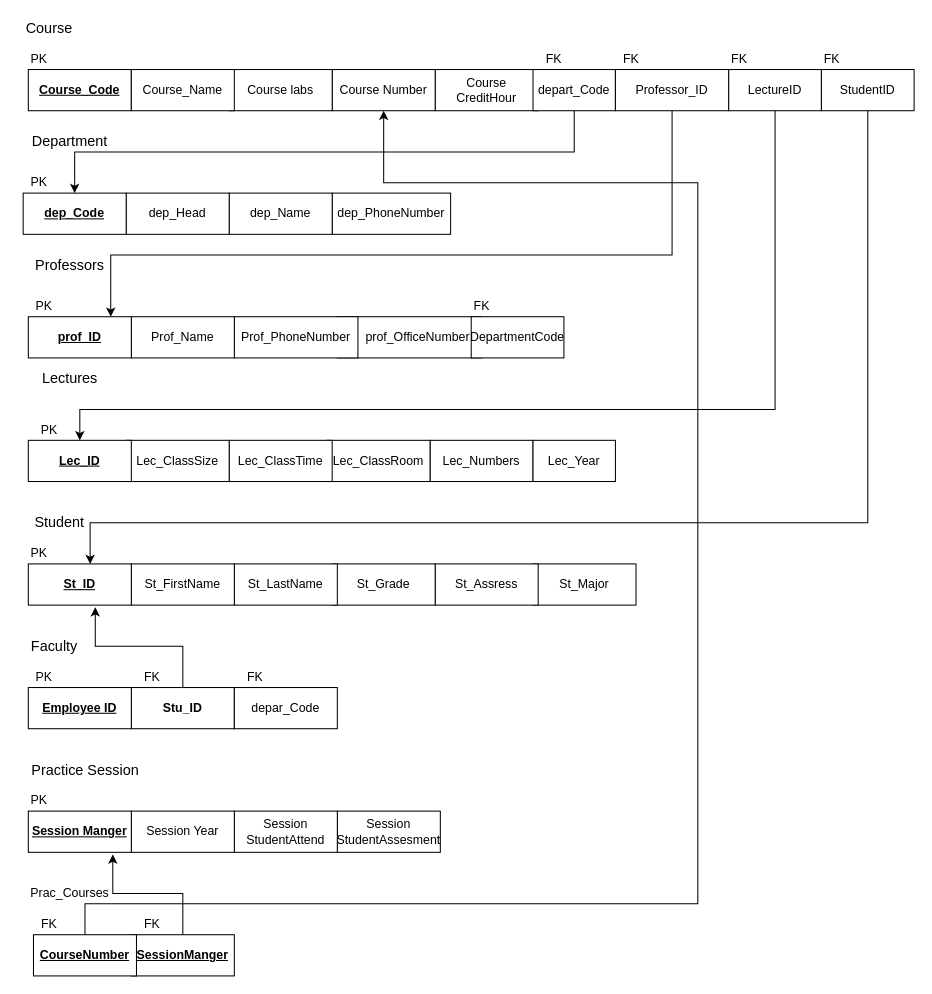
Above: Untitled Diagram.drawio in yassmiin/yasminproject (draw.io), before the change. Source tidied: cells renumbered, new cells numbered last; positions are measured from the earlier drawing's top-left corner, leaving out a move shared by most shapes. Both pictures are drawn from the tidied source at 103%, with x=0, y=0 at pixel (18, 18).
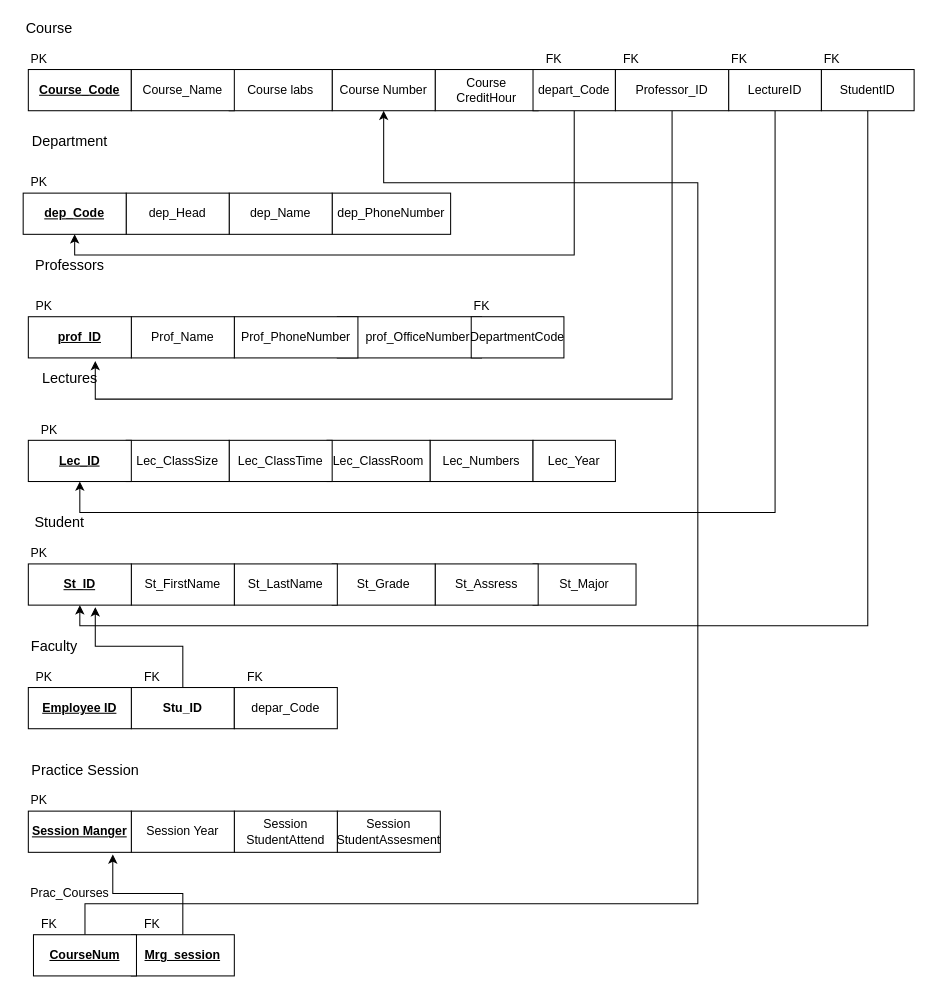
The same diagram, later.

The change refers to these unchanged cells:
```xml
<mxCell id="12" value="&lt;b&gt;&lt;u&gt;dep_Code&lt;/u&gt;&lt;/b&gt;" style="whiteSpace=wrap;html=1;align=center;" parent="1" vertex="1">
  <mxGeometry x="5" y="170" width="100" height="40" as="geometry" />
</mxCell>
<mxCell id="17" value="&lt;b&gt;&lt;u&gt;prof_ID&lt;/u&gt;&lt;/b&gt;" style="whiteSpace=wrap;html=1;align=center;" parent="1" vertex="1">
  <mxGeometry x="10" y="290" width="100" height="40" as="geometry" />
</mxCell>
<mxCell id="23" value="&lt;b&gt;&lt;u&gt;Lec_ID&lt;/u&gt;&lt;/b&gt;" style="whiteSpace=wrap;html=1;align=center;" parent="1" vertex="1">
  <mxGeometry x="10" y="410" width="100" height="40" as="geometry" />
</mxCell>
<mxCell id="30" value="&lt;b&gt;&lt;u&gt;St_ID&lt;/u&gt;&lt;/b&gt;" style="whiteSpace=wrap;html=1;align=center;" parent="1" vertex="1">
  <mxGeometry x="10" y="530" width="100" height="40" as="geometry" />
</mxCell>
<mxCell id="48" value="depart_Code" style="whiteSpace=wrap;html=1;" parent="1" vertex="1">
  <mxGeometry x="500" y="50" width="80" height="40" as="geometry" />
</mxCell>
<mxCell id="51" value="Professor_ID" style="whiteSpace=wrap;html=1;" parent="1" vertex="1">
  <mxGeometry x="580" y="50" width="110" height="40" as="geometry" />
</mxCell>
<mxCell id="55" value="LectureID" style="whiteSpace=wrap;html=1;" parent="1" vertex="1">
  <mxGeometry x="690" y="50" width="90" height="40" as="geometry" />
</mxCell>
<mxCell id="57" value="StudentID" style="whiteSpace=wrap;html=1;" parent="1" vertex="1">
  <mxGeometry x="780" y="50" width="90" height="40" as="geometry" />
</mxCell>
```

Change to the diagram source:
```diff
@@
-    <mxCell id="47" style="edgeStyle=orthogonalEdgeStyle;rounded=0;jettySize=auto;html=1;exitX=0.5;exitY=1;exitDx=0;exitDy=0;entryX=0.5;entryY=0;entryDx=0;entryDy=0;" parent="1" edge="1" source="48" target="12">
+    <mxCell id="47" style="edgeStyle=orthogonalEdgeStyle;rounded=0;jettySize=auto;html=1;exitX=0.5;exitY=1;exitDx=0;exitDy=0;entryX=0.5;entryY=1;entryDx=0;entryDy=0;" parent="1" edge="1" source="48" target="12">
       <mxGeometry relative="1" as="geometry" />
     </mxCell>
@@
-    <mxCell id="50" style="edgeStyle=orthogonalEdgeStyle;rounded=0;jettySize=auto;html=1;exitX=0.5;exitY=1;exitDx=0;exitDy=0;" parent="1" edge="1" source="51" target="17">
+    <mxCell id="50" style="edgeStyle=orthogonalEdgeStyle;rounded=0;jettySize=auto;html=1;exitX=0.5;exitY=1;exitDx=0;exitDy=0;entryX=0.65;entryY=1.075;entryDx=0;entryDy=0;entryPerimeter=0;" parent="1" edge="1" source="51" target="17">
       <mxGeometry relative="1" as="geometry">
         <Array as="points">
-          <mxPoint x="635" y="230" />
-          <mxPoint x="90" y="230" />
+          <mxPoint x="635" y="370" />
+          <mxPoint x="75" y="370" />
         </Array>
       </mxGeometry>
     </mxCell>
@@
-    <mxCell id="54" style="edgeStyle=orthogonalEdgeStyle;rounded=0;jettySize=auto;html=1;exitX=0.5;exitY=1;exitDx=0;exitDy=0;entryX=0.5;entryY=0;entryDx=0;entryDy=0;" parent="1" edge="1" source="55" target="23">
+    <mxCell id="54" style="edgeStyle=orthogonalEdgeStyle;rounded=0;jettySize=auto;html=1;exitX=0.5;exitY=1;exitDx=0;exitDy=0;" parent="1" edge="1" source="55">
       <mxGeometry relative="1" as="geometry">
+        <mxPoint x="60" y="450" as="targetPoint" />
         <Array as="points">
-          <mxPoint x="735" y="380" />
-          <mxPoint x="60" y="380" />
+          <mxPoint x="735" y="480" />
+          <mxPoint x="60" y="480" />
         </Array>
       </mxGeometry>
     </mxCell>
@@
-    <mxCell id="56" style="edgeStyle=orthogonalEdgeStyle;rounded=0;jettySize=auto;html=1;exitX=0.5;exitY=1;exitDx=0;exitDy=0;" parent="1" edge="1" source="57">
-      <mxGeometry relative="1" as="geometry">
-        <mxPoint x="70" y="530" as="targetPoint" />
-        <Array as="points">
-          <mxPoint x="825" y="490" />
-          <mxPoint x="70" y="490" />
-          <mxPoint x="70" y="530" />
-        </Array>
-      </mxGeometry>
-    </mxCell>
+    <mxCell id="72" style="edgeStyle=orthogonalEdgeStyle;rounded=0;jettySize=auto;html=1;exitX=0.5;exitY=1;exitDx=0;exitDy=0;entryX=0.5;entryY=1;entryDx=0;entryDy=0;" parent="1" edge="1" source="57" target="30">
+      <mxGeometry relative="1" as="geometry" />
+    </mxCell>
@@
-    <mxCell id="66" value="&lt;b&gt;&lt;u&gt;SessionManger&lt;/u&gt;&lt;/b&gt;" style="whiteSpace=wrap;html=1;align=center;" parent="1" vertex="1">
+    <mxCell id="66" value="&lt;b&gt;&lt;u&gt;Mrg_session&lt;/u&gt;&lt;/b&gt;" style="whiteSpace=wrap;html=1;align=center;" parent="1" vertex="1">
       <mxGeometry x="110" y="890" width="100" height="40" as="geometry" />
     </mxCell>
@@
-    <mxCell id="68" value="&lt;b&gt;&lt;u&gt;CourseNumber&lt;/u&gt;&lt;/b&gt;" style="whiteSpace=wrap;html=1;align=center;" parent="1" vertex="1">
+    <mxCell id="68" value="&lt;b&gt;&lt;u&gt;CourseNum&lt;/u&gt;&lt;/b&gt;" style="whiteSpace=wrap;html=1;align=center;" parent="1" vertex="1">
       <mxGeometry x="15" y="890" width="100" height="40" as="geometry" />
     </mxCell>
```
